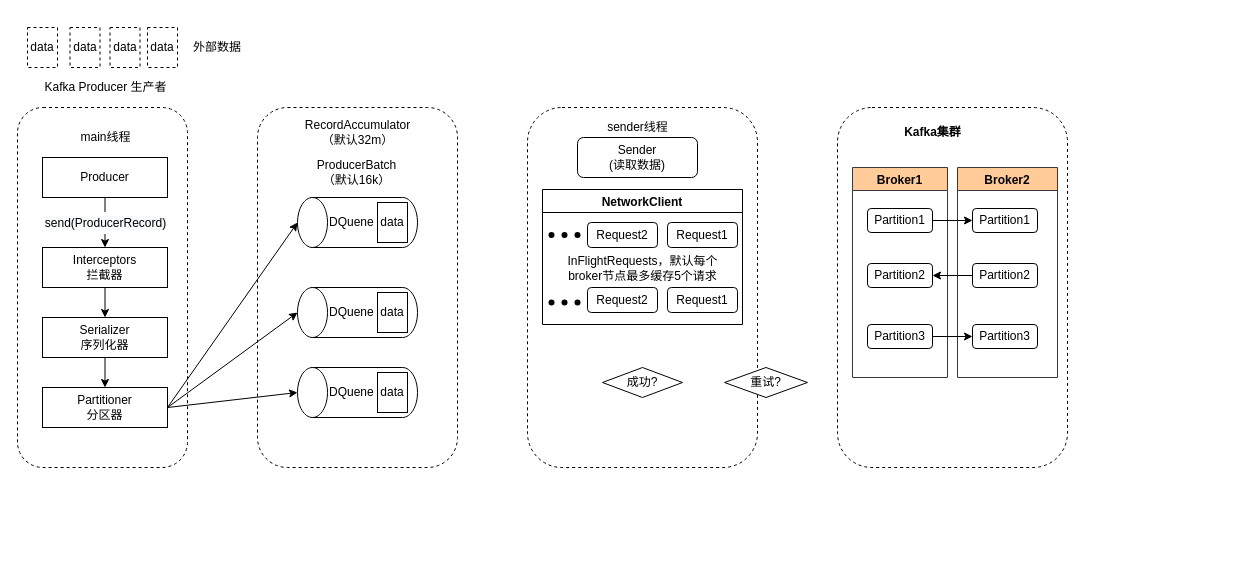
This is page "kafka生产者发送消息流程" (2 of 4) of middleware/kafka/未命名绘图.drawio from yanglei1992/documents, a draw.io file, before an edit. Source tidied: cells renumbered, new cells numbered last; positions are measured from the earlier drawing's top-left corner, leaving out a move shared by most shapes. Both pictures are drawn from the tidied source at 100%, with x=0, y=0 at pixel (17, 27).
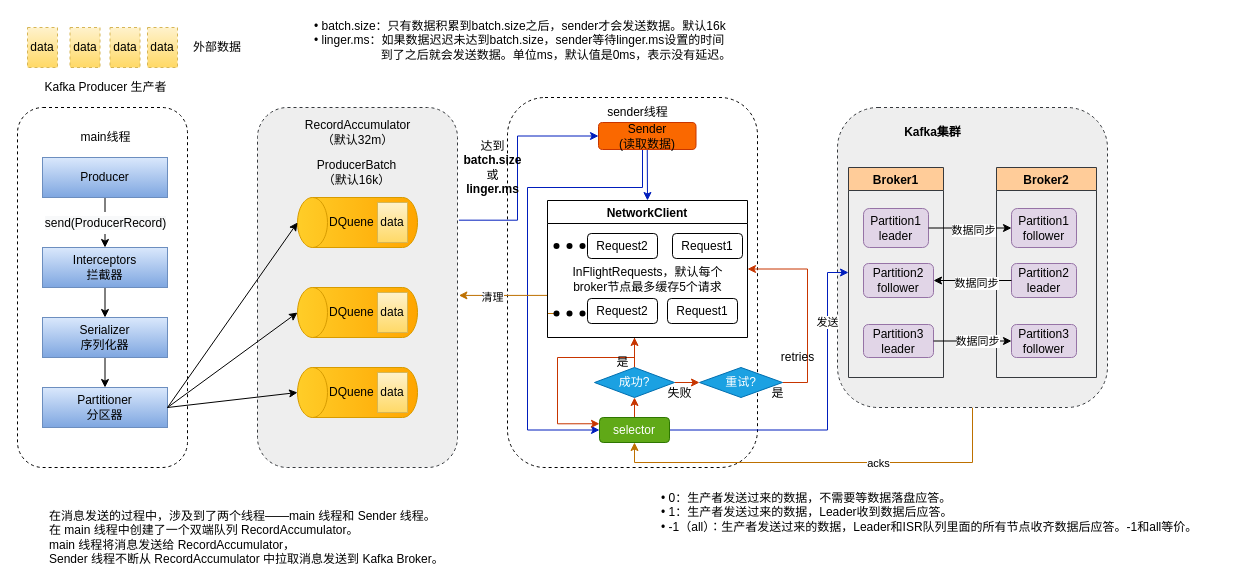
The same page after the edit.

Unchanged cells that the change refers to:
```xml
<mxCell id="41" style="shape=waypoint;sketch=0;size=6;points=[];fillColor=none;perimeter=centerPerimeter;snapToPoint=1;shadow=0;" parent="33" vertex="1">
  <mxGeometry x="-11" y="93" width="40" height="40" as="geometry" />
</mxCell>
<mxCell id="53" style="edgeStyle=orthogonalEdgeStyle;curved=0;rounded=1;sketch=0;jettySize=auto;html=1;entryX=0;entryY=0.5;entryDx=0;entryDy=0;" parent="1" edge="1" source="50" target="52">
  <mxGeometry relative="1" as="geometry" />
</mxCell>
<mxCell id="59" style="edgeStyle=orthogonalEdgeStyle;curved=0;rounded=1;sketch=0;jettySize=auto;html=1;" parent="1" edge="1" source="56" target="58">
  <mxGeometry relative="1" as="geometry" />
</mxCell>
<mxCell id="60" style="edgeStyle=orthogonalEdgeStyle;curved=0;rounded=1;sketch=0;jettySize=auto;html=1;entryX=1;entryY=0.5;entryDx=0;entryDy=0;" parent="1" edge="1" source="57" target="55">
  <mxGeometry relative="1" as="geometry" />
</mxCell>
```

The edit, as a diff of the source:
```diff
@@
+    <mxCell id="30" style="rounded=1;whiteSpace=wrap;html=1;shadow=0;dashed=1;" parent="1" vertex="1">
+      <mxGeometry x="490" y="70" width="250" height="370" as="geometry" />
+    </mxCell>
@@
-    <mxCell id="4" value="Producer" style="rounded=0;whiteSpace=wrap;html=1;shadow=0;" parent="1" vertex="1">
+    <mxCell id="4" value="Producer" style="rounded=0;whiteSpace=wrap;html=1;shadow=0;fillColor=#dae8fc;gradientColor=#7ea6e0;strokeColor=#6c8ebf;" parent="1" vertex="1">
       <mxGeometry x="25" y="130" width="125" height="40" as="geometry" />
     </mxCell>
@@
-    <mxCell id="7" value="Interceptors&lt;br/&gt;拦截器" style="rounded=0;whiteSpace=wrap;html=1;shadow=0;" parent="1" vertex="1">
+    <mxCell id="7" value="Interceptors&lt;br/&gt;拦截器" style="rounded=0;whiteSpace=wrap;html=1;shadow=0;fillColor=#dae8fc;gradientColor=#7ea6e0;strokeColor=#6c8ebf;" parent="1" vertex="1">
       <mxGeometry x="25" y="220" width="125" height="40" as="geometry" />
     </mxCell>
@@
-    <mxCell id="9" value="Serializer&lt;br/&gt;序列化器" style="rounded=0;whiteSpace=wrap;html=1;shadow=0;" parent="1" vertex="1">
+    <mxCell id="9" value="Serializer&lt;br/&gt;序列化器" style="rounded=0;whiteSpace=wrap;html=1;shadow=0;fillColor=#dae8fc;gradientColor=#7ea6e0;strokeColor=#6c8ebf;" parent="1" vertex="1">
       <mxGeometry x="25" y="290" width="125" height="40" as="geometry" />
     </mxCell>
-    <mxCell id="10" value="Partitioner&lt;br/&gt;分区器" style="rounded=0;whiteSpace=wrap;html=1;shadow=0;" parent="1" vertex="1">
+    <mxCell id="10" value="Partitioner&lt;br/&gt;分区器" style="rounded=0;whiteSpace=wrap;html=1;shadow=0;fillColor=#dae8fc;gradientColor=#7ea6e0;strokeColor=#6c8ebf;" parent="1" vertex="1">
       <mxGeometry x="25" y="360" width="125" height="40" as="geometry" />
     </mxCell>
+    <mxCell id="61" style="edgeStyle=orthogonalEdgeStyle;rounded=0;jettySize=auto;html=1;entryX=0;entryY=0.5;entryDx=0;entryDy=0;exitX=1.007;exitY=0.313;exitDx=0;exitDy=0;exitPerimeter=0;fillColor=#0050ef;strokeColor=#001DBC;" parent="1" edge="1" source="11" target="31">
+      <mxGeometry relative="1" as="geometry">
+        <Array as="points">
+          <mxPoint x="500" y="193" />
+          <mxPoint x="500" y="109" />
+        </Array>
+      </mxGeometry>
+    </mxCell>
-    <mxCell id="11" style="rounded=1;whiteSpace=wrap;html=1;shadow=0;dashed=1;" parent="1" vertex="1">
+    <mxCell id="11" style="rounded=1;whiteSpace=wrap;html=1;shadow=0;dashed=1;fillColor=#eeeeee;strokeColor=#36393d;" parent="1" vertex="1">
       <mxGeometry x="240" y="80" width="200" height="360" as="geometry" />
     </mxCell>
-    <mxCell id="12" value="DQuene" style="shape=cylinder3;whiteSpace=wrap;html=1;boundedLbl=1;backgroundOutline=1;size=15;shadow=0;direction=north;align=left;" parent="1" vertex="1">
+    <mxCell id="12" value="DQuene" style="shape=cylinder3;whiteSpace=wrap;html=1;boundedLbl=1;backgroundOutline=1;size=15;shadow=0;direction=north;align=left;fillColor=#ffcd28;gradientColor=#ffa500;strokeColor=#d79b00;" parent="1" vertex="1">
       <mxGeometry x="280" y="170" width="120" height="50" as="geometry" />
     </mxCell>
-    <mxCell id="13" value="DQuene" style="shape=cylinder3;whiteSpace=wrap;html=1;boundedLbl=1;backgroundOutline=1;size=15;shadow=0;direction=north;align=left;" parent="1" vertex="1">
+    <mxCell id="13" value="DQuene" style="shape=cylinder3;whiteSpace=wrap;html=1;boundedLbl=1;backgroundOutline=1;size=15;shadow=0;direction=north;align=left;fillColor=#ffcd28;gradientColor=#ffa500;strokeColor=#d79b00;" parent="1" vertex="1">
       <mxGeometry x="280" y="260" width="120" height="50" as="geometry" />
     </mxCell>
-    <mxCell id="14" value="DQuene" style="shape=cylinder3;whiteSpace=wrap;html=1;boundedLbl=1;backgroundOutline=1;size=15;shadow=0;direction=north;align=left;" parent="1" vertex="1">
+    <mxCell id="14" value="DQuene" style="shape=cylinder3;whiteSpace=wrap;html=1;boundedLbl=1;backgroundOutline=1;size=15;shadow=0;direction=north;align=left;fillColor=#ffcd28;gradientColor=#ffa500;strokeColor=#d79b00;" parent="1" vertex="1">
       <mxGeometry x="280" y="340" width="120" height="50" as="geometry" />
     </mxCell>
-    <mxCell id="15" value="data" style="rounded=0;whiteSpace=wrap;html=1;shadow=0;dashed=1;" parent="1" vertex="1">
+    <mxCell id="15" value="data" style="rounded=0;whiteSpace=wrap;html=1;shadow=0;dashed=1;fillColor=#fff2cc;gradientColor=#ffd966;strokeColor=#d6b656;" parent="1" vertex="1">
       <mxGeometry x="130" width="30" height="40" as="geometry" />
     </mxCell>
-    <mxCell id="16" value="data" style="rounded=0;whiteSpace=wrap;html=1;shadow=0;dashed=1;" parent="1" vertex="1">
+    <mxCell id="16" value="data" style="rounded=0;whiteSpace=wrap;html=1;shadow=0;dashed=1;fillColor=#fff2cc;gradientColor=#ffd966;strokeColor=#d6b656;" parent="1" vertex="1">
       <mxGeometry x="10" width="30" height="40" as="geometry" />
     </mxCell>
-    <mxCell id="17" value="data" style="rounded=0;whiteSpace=wrap;html=1;shadow=0;dashed=1;" parent="1" vertex="1">
+    <mxCell id="17" value="data" style="rounded=0;whiteSpace=wrap;html=1;shadow=0;dashed=1;fillColor=#fff2cc;gradientColor=#ffd966;strokeColor=#d6b656;" parent="1" vertex="1">
       <mxGeometry x="52.5" width="30" height="40" as="geometry" />
     </mxCell>
-    <mxCell id="18" value="data" style="rounded=0;whiteSpace=wrap;html=1;shadow=0;dashed=1;" parent="1" vertex="1">
+    <mxCell id="18" value="data" style="rounded=0;whiteSpace=wrap;html=1;shadow=0;dashed=1;fillColor=#fff2cc;gradientColor=#ffd966;strokeColor=#d6b656;" parent="1" vertex="1">
       <mxGeometry x="92.5" width="30" height="40" as="geometry" />
     </mxCell>
-    <mxCell id="19" style="edgeStyle=none;rounded=0;orthogonalLoop=1;jettySize=auto;html=1;exitX=0;exitY=0.25;exitDx=0;exitDy=0;elbow=vertical;" parent="1" edge="1" source="17" target="17">
+    <mxCell id="19" style="edgeStyle=none;rounded=0;orthogonalLoop=1;jettySize=auto;html=1;exitX=0;exitY=0.25;exitDx=0;exitDy=0;elbow=vertical;fillColor=#fff2cc;gradientColor=#ffd966;strokeColor=#d6b656;" parent="1" edge="1" source="17" target="17">
       <mxGeometry relative="1" as="geometry" />
     </mxCell>
-    <mxCell id="20" value="data" style="rounded=0;whiteSpace=wrap;html=1;shadow=0;" parent="1" vertex="1">
+    <mxCell id="20" value="data" style="rounded=0;whiteSpace=wrap;html=1;shadow=0;fillColor=#fff2cc;gradientColor=#ffd966;strokeColor=#d6b656;" parent="1" vertex="1">
       <mxGeometry x="360" y="265" width="30" height="40" as="geometry" />
     </mxCell>
-    <mxCell id="21" value="data" style="rounded=0;whiteSpace=wrap;html=1;shadow=0;" parent="1" vertex="1">
+    <mxCell id="21" value="data" style="rounded=0;whiteSpace=wrap;html=1;shadow=0;fillColor=#fff2cc;gradientColor=#ffd966;strokeColor=#d6b656;" parent="1" vertex="1">
       <mxGeometry x="360" y="175" width="30" height="40" as="geometry" />
     </mxCell>
-    <mxCell id="22" value="data" style="rounded=0;whiteSpace=wrap;html=1;shadow=0;" parent="1" vertex="1">
+    <mxCell id="22" value="data" style="rounded=0;whiteSpace=wrap;html=1;shadow=0;fillColor=#fff2cc;gradientColor=#ffd966;strokeColor=#d6b656;" parent="1" vertex="1">
       <mxGeometry x="360" y="345" width="30" height="40" as="geometry" />
     </mxCell>
@@
-    <mxCell id="30" style="rounded=1;whiteSpace=wrap;html=1;shadow=0;dashed=1;" parent="1" vertex="1">
-      <mxGeometry x="510" y="80" width="230" height="360" as="geometry" />
-    </mxCell>
+    <mxCell id="62" style="rounded=0;jettySize=auto;html=1;entryX=0.5;entryY=0;entryDx=0;entryDy=0;fillColor=#0050ef;strokeColor=#001DBC;exitX=0.5;exitY=1;exitDx=0;exitDy=0;" parent="1" edge="1" source="31" target="33">
+      <mxGeometry relative="1" as="geometry" />
+    </mxCell>
+    <mxCell id="63" style="edgeStyle=orthogonalEdgeStyle;rounded=0;jettySize=auto;html=1;exitX=0.5;exitY=1;exitDx=0;exitDy=0;entryX=0;entryY=0.5;entryDx=0;entryDy=0;fillColor=#0050ef;strokeColor=#001DBC;" parent="1" edge="1" source="31" target="78">
+      <mxGeometry relative="1" as="geometry">
+        <Array as="points">
+          <mxPoint x="625" y="160" />
+          <mxPoint x="510" y="160" />
+          <mxPoint x="510" y="403" />
+        </Array>
+      </mxGeometry>
+    </mxCell>
-    <mxCell id="31" value="Sender&lt;br/&gt;(读取数据)" style="rounded=1;whiteSpace=wrap;html=1;shadow=0;" parent="1" vertex="1">
-      <mxGeometry x="560" y="110" width="120" height="40" as="geometry" />
+    <mxCell id="31" value="Sender&lt;br/&gt;(读取数据)" style="rounded=1;whiteSpace=wrap;html=1;shadow=0;fillColor=#fa6800;fontColor=#000000;strokeColor=#C73500;" parent="1" vertex="1">
+      <mxGeometry x="581" y="95" width="97.5" height="27" as="geometry" />
     </mxCell>
     <mxCell id="32" value="sender线程" style="text;html=1;align=center;verticalAlign=middle;strokeColor=none;fillColor=none;" parent="1" vertex="1">
-      <mxGeometry x="580" y="90" width="80" height="20" as="geometry" />
+      <mxGeometry x="580" y="75" width="80" height="20" as="geometry" />
     </mxCell>
+    <mxCell id="64" style="edgeStyle=orthogonalEdgeStyle;rounded=0;jettySize=auto;html=1;entryX=0;entryY=0.25;entryDx=0;entryDy=0;fillColor=#fa6800;strokeColor=#C73500;" parent="1" edge="1" target="78">
+      <mxGeometry relative="1" as="geometry">
+        <mxPoint x="617" y="310" as="sourcePoint" />
+        <Array as="points">
+          <mxPoint x="617" y="330" />
+          <mxPoint x="540" y="330" />
+          <mxPoint x="540" y="396" />
+        </Array>
+      </mxGeometry>
+    </mxCell>
+    <mxCell id="65" style="edgeStyle=orthogonalEdgeStyle;rounded=0;jettySize=auto;html=1;entryX=1.007;entryY=0.522;entryDx=0;entryDy=0;entryPerimeter=0;fillColor=#f0a30a;strokeColor=#BD7000;exitX=0.325;exitY=0.017;exitDx=0;exitDy=0;exitPerimeter=0;" parent="1" edge="1" source="41" target="11">
+      <mxGeometry relative="1" as="geometry">
+        <Array as="points">
+          <mxPoint x="530" y="286" />
+          <mxPoint x="530" y="268" />
+        </Array>
+      </mxGeometry>
+    </mxCell>
+    <mxCell id="66" value="清理" style="edgeLabel;html=1;align=center;verticalAlign=middle;" parent="65" vertex="1">
+      <mxGeometry x="0.43" y="2" relative="1" as="geometry" />
+    </mxCell>
     <mxCell id="33" value="NetworkClient" style="swimlane;shadow=0;" parent="1" vertex="1">
-      <mxGeometry x="525" y="162" width="200" height="135" as="geometry" />
+      <mxGeometry x="530" y="173" width="200" height="137" as="geometry" />
     </mxCell>
@@
     <mxCell id="42" value="Request2" style="rounded=1;whiteSpace=wrap;html=1;shadow=0;" parent="1" vertex="1">
-      <mxGeometry x="570" y="260" width="70" height="25" as="geometry" />
+      <mxGeometry x="570" y="271" width="70" height="25" as="geometry" />
     </mxCell>
     <mxCell id="43" value="Request2" style="rounded=1;whiteSpace=wrap;html=1;shadow=0;" parent="1" vertex="1">
-      <mxGeometry x="570" y="195" width="70" height="25" as="geometry" />
+      <mxGeometry x="570" y="206" width="70" height="25" as="geometry" />
     </mxCell>
     <mxCell id="44" value="Request1" style="rounded=1;whiteSpace=wrap;html=1;shadow=0;" parent="1" vertex="1">
-      <mxGeometry x="650" y="260" width="70" height="25" as="geometry" />
+      <mxGeometry x="650" y="271" width="70" height="25" as="geometry" />
     </mxCell>
@@
+    <mxCell id="67" style="edgeStyle=orthogonalEdgeStyle;rounded=0;jettySize=auto;html=1;exitX=1;exitY=0.5;exitDx=0;exitDy=0;entryX=0;entryY=0.5;entryDx=0;entryDy=0;fillColor=#fa6800;strokeColor=#C73500;" parent="1" edge="1" source="46" target="47">
+      <mxGeometry relative="1" as="geometry" />
+    </mxCell>
+    <mxCell id="68" style="edgeStyle=orthogonalEdgeStyle;rounded=0;jettySize=auto;html=1;exitX=0.5;exitY=0;exitDx=0;exitDy=0;fillColor=#fa6800;strokeColor=#C73500;" parent="1" edge="1" source="46">
+      <mxGeometry relative="1" as="geometry">
+        <mxPoint x="617" y="310" as="targetPoint" />
+      </mxGeometry>
+    </mxCell>
-    <mxCell id="46" value="成功?" style="rhombus;whiteSpace=wrap;html=1;rounded=0;sketch=0;fillColor=none;" parent="1" vertex="1">
-      <mxGeometry x="585" y="340" width="80" height="30" as="geometry" />
+    <mxCell id="46" value="成功?" style="rhombus;whiteSpace=wrap;html=1;rounded=0;sketch=0;fillColor=#1ba1e2;fontColor=#ffffff;strokeColor=#006EAF;" parent="1" vertex="1">
+      <mxGeometry x="577" y="340" width="80" height="30" as="geometry" />
     </mxCell>
+    <mxCell id="69" style="edgeStyle=orthogonalEdgeStyle;rounded=0;jettySize=auto;html=1;exitX=1;exitY=0.5;exitDx=0;exitDy=0;entryX=1;entryY=0.5;entryDx=0;entryDy=0;fillColor=#fa6800;strokeColor=#C73500;" parent="1" edge="1" source="47" target="33">
+      <mxGeometry relative="1" as="geometry">
+        <Array as="points">
+          <mxPoint x="790" y="355" />
+          <mxPoint x="790" y="242" />
+        </Array>
+      </mxGeometry>
+    </mxCell>
-    <mxCell id="47" value="重试?" style="rhombus;whiteSpace=wrap;html=1;rounded=0;sketch=0;" parent="1" vertex="1">
-      <mxGeometry x="707" y="340" width="83" height="30" as="geometry" />
+    <mxCell id="47" value="重试?" style="rhombus;whiteSpace=wrap;html=1;rounded=0;sketch=0;fillColor=#1ba1e2;fontColor=#ffffff;strokeColor=#006EAF;" parent="1" vertex="1">
+      <mxGeometry x="682" y="340" width="83" height="30" as="geometry" />
     </mxCell>
+    <mxCell id="70" style="edgeStyle=orthogonalEdgeStyle;rounded=0;jettySize=auto;html=1;exitX=0.5;exitY=1;exitDx=0;exitDy=0;entryX=0.5;entryY=1;entryDx=0;entryDy=0;fillColor=#f0a30a;strokeColor=#BD7000;" parent="1" edge="1" source="48" target="78">
+      <mxGeometry relative="1" as="geometry" />
+    </mxCell>
+    <mxCell id="71" value="acks" style="edgeLabel;html=1;align=center;verticalAlign=middle;" parent="70" vertex="1">
+      <mxGeometry x="-0.27" y="2" relative="1" as="geometry">
+        <mxPoint x="1" y="-2" as="offset" />
+      </mxGeometry>
+    </mxCell>
-    <mxCell id="48" style="rounded=1;whiteSpace=wrap;html=1;shadow=0;dashed=1;" parent="1" vertex="1">
-      <mxGeometry x="820" y="80" width="230" height="360" as="geometry" />
+    <mxCell id="48" style="rounded=1;whiteSpace=wrap;html=1;shadow=0;dashed=1;fillColor=#eeeeee;strokeColor=#36393d;" parent="1" vertex="1">
+      <mxGeometry x="820" y="80" width="270" height="300" as="geometry" />
     </mxCell>
     <mxCell id="49" value="Broker1" style="swimlane;rounded=0;sketch=0;fillColor=#ffcc99;strokeColor=#36393d;" parent="1" vertex="1">
-      <mxGeometry x="835" y="140" width="95" height="210" as="geometry" />
+      <mxGeometry x="831" y="140" width="95" height="210" as="geometry" />
     </mxCell>
-    <mxCell id="50" value="&lt;span style=&quot;&quot;&gt;Partition1&lt;/span&gt;" style="rounded=1;whiteSpace=wrap;html=1;sketch=0;fillColor=none;" parent="49" vertex="1">
-      <mxGeometry x="15" y="41" width="65" height="24" as="geometry" />
+    <mxCell id="50" value="&lt;span style=&quot;&quot;&gt;Partition1&lt;br&gt;leader&lt;br&gt;&lt;/span&gt;" style="rounded=1;whiteSpace=wrap;html=1;sketch=0;fillColor=#e1d5e7;strokeColor=#9673a6;" parent="49" vertex="1">
+      <mxGeometry x="15" y="41" width="65" height="39" as="geometry" />
     </mxCell>
     <mxCell id="51" value="Broker2" style="swimlane;rounded=0;sketch=0;fillColor=#ffcc99;strokeColor=#36393d;" parent="1" vertex="1">
-      <mxGeometry x="940" y="140" width="100" height="210" as="geometry" />
+      <mxGeometry x="979" y="140" width="100" height="210" as="geometry" />
     </mxCell>
-    <mxCell id="52" value="&lt;span style=&quot;&quot;&gt;Partition1&lt;/span&gt;" style="rounded=1;whiteSpace=wrap;html=1;sketch=0;fillColor=none;" parent="51" vertex="1">
-      <mxGeometry x="15" y="41" width="65" height="24" as="geometry" />
+    <mxCell id="52" value="&lt;span style=&quot;&quot;&gt;Partition1&lt;br&gt;follower&lt;br&gt;&lt;/span&gt;" style="rounded=1;whiteSpace=wrap;html=1;sketch=0;fillColor=#e1d5e7;strokeColor=#9673a6;" parent="51" vertex="1">
+      <mxGeometry x="15" y="41" width="65" height="39" as="geometry" />
     </mxCell>
@@
+    <mxCell id="72" value="数据同步" style="edgeLabel;html=1;align=center;verticalAlign=middle;" parent="53" vertex="1">
+      <mxGeometry x="-0.23" y="-2" relative="1" as="geometry">
+        <mxPoint x="12" as="offset" />
+      </mxGeometry>
+    </mxCell>
@@
-    <mxCell id="55" value="&lt;span style=&quot;&quot;&gt;Partition2&lt;/span&gt;" style="rounded=1;whiteSpace=wrap;html=1;sketch=0;fillColor=none;" parent="1" vertex="1">
-      <mxGeometry x="850" y="236" width="65" height="24" as="geometry" />
+    <mxCell id="55" value="&lt;span style=&quot;&quot;&gt;Partition2&lt;br&gt;follower&lt;br&gt;&lt;/span&gt;" style="rounded=1;whiteSpace=wrap;html=1;sketch=0;fillColor=#e1d5e7;strokeColor=#9673a6;" parent="1" vertex="1">
+      <mxGeometry x="846" y="236" width="70" height="34" as="geometry" />
     </mxCell>
-    <mxCell id="56" value="&lt;span style=&quot;&quot;&gt;Partition3&lt;/span&gt;" style="rounded=1;whiteSpace=wrap;html=1;sketch=0;fillColor=none;" parent="1" vertex="1">
-      <mxGeometry x="850" y="297" width="65" height="24" as="geometry" />
+    <mxCell id="56" value="&lt;span style=&quot;&quot;&gt;Partition3&lt;br&gt;&lt;/span&gt;leader&lt;span style=&quot;&quot;&gt;&lt;br&gt;&lt;/span&gt;" style="rounded=1;whiteSpace=wrap;html=1;sketch=0;fillColor=#e1d5e7;strokeColor=#9673a6;" parent="1" vertex="1">
+      <mxGeometry x="846" y="297" width="70" height="33" as="geometry" />
     </mxCell>
-    <mxCell id="57" value="&lt;span style=&quot;&quot;&gt;Partition2&lt;/span&gt;" style="rounded=1;whiteSpace=wrap;html=1;sketch=0;fillColor=none;" parent="1" vertex="1">
-      <mxGeometry x="955" y="236" width="65" height="24" as="geometry" />
+    <mxCell id="57" value="&lt;span style=&quot;&quot;&gt;Partition2&lt;br&gt;&lt;/span&gt;leader&lt;span style=&quot;&quot;&gt;&lt;br&gt;&lt;/span&gt;" style="rounded=1;whiteSpace=wrap;html=1;sketch=0;fillColor=#e1d5e7;strokeColor=#9673a6;" parent="1" vertex="1">
+      <mxGeometry x="994" y="236" width="65" height="34" as="geometry" />
     </mxCell>
-    <mxCell id="58" value="&lt;span style=&quot;&quot;&gt;Partition3&lt;/span&gt;" style="rounded=1;whiteSpace=wrap;html=1;sketch=0;fillColor=none;" parent="1" vertex="1">
-      <mxGeometry x="955" y="297" width="65" height="24" as="geometry" />
+    <mxCell id="58" value="&lt;span style=&quot;&quot;&gt;Partition3&lt;br&gt;follower&lt;br&gt;&lt;/span&gt;" style="rounded=1;whiteSpace=wrap;html=1;sketch=0;fillColor=#e1d5e7;strokeColor=#9673a6;" parent="1" vertex="1">
+      <mxGeometry x="994" y="297" width="65" height="33" as="geometry" />
     </mxCell>
@@
+    <mxCell id="73" value="数据同步" style="edgeLabel;html=1;align=center;verticalAlign=middle;" parent="59" vertex="1">
+      <mxGeometry x="-0.2" relative="1" as="geometry">
+        <mxPoint x="12" as="offset" />
+      </mxGeometry>
+    </mxCell>
@@
+    <mxCell id="74" value="数据同步" style="edgeLabel;html=1;align=center;verticalAlign=middle;" parent="60" vertex="1">
+      <mxGeometry x="0.23" y="2" relative="1" as="geometry">
+        <mxPoint x="12" as="offset" />
+      </mxGeometry>
+    </mxCell>
+    <mxCell id="75" style="edgeStyle=orthogonalEdgeStyle;rounded=0;jettySize=auto;html=1;entryX=0;entryY=0.5;entryDx=0;entryDy=0;fillColor=#0050ef;strokeColor=#001DBC;" parent="1" edge="1" source="78" target="49">
+      <mxGeometry relative="1" as="geometry">
+        <Array as="points">
+          <mxPoint x="810" y="403" />
+          <mxPoint x="810" y="245" />
+        </Array>
+      </mxGeometry>
+    </mxCell>
+    <mxCell id="76" value="发送" style="edgeLabel;html=1;align=center;verticalAlign=middle;" parent="75" vertex="1">
+      <mxGeometry x="0.58" y="1" relative="1" as="geometry" />
+    </mxCell>
+    <mxCell id="77" style="edgeStyle=orthogonalEdgeStyle;rounded=0;jettySize=auto;html=1;exitX=0.5;exitY=0;exitDx=0;exitDy=0;entryX=0.5;entryY=1;entryDx=0;entryDy=0;fillColor=#fa6800;strokeColor=#C73500;" parent="1" edge="1" source="78" target="46">
+      <mxGeometry relative="1" as="geometry" />
+    </mxCell>
+    <mxCell id="78" value="selector" style="rounded=1;whiteSpace=wrap;html=1;fillColor=#60a917;fontColor=#ffffff;strokeColor=#2D7600;" parent="1" vertex="1">
+      <mxGeometry x="582" y="390" width="70" height="25" as="geometry" />
+    </mxCell>
+    <mxCell id="79" value="retries" style="text;html=1;align=center;verticalAlign=middle;strokeColor=none;fillColor=none;" parent="1" vertex="1">
+      <mxGeometry x="755" y="320" width="50" height="20" as="geometry" />
+    </mxCell>
+    <mxCell id="80" value="是" style="text;html=1;align=center;verticalAlign=middle;strokeColor=none;fillColor=none;" parent="1" vertex="1">
+      <mxGeometry x="745" y="356" width="30" height="20" as="geometry" />
+    </mxCell>
+    <mxCell id="81" value="失败" style="text;html=1;align=center;verticalAlign=middle;strokeColor=none;fillColor=none;" parent="1" vertex="1">
+      <mxGeometry x="642" y="356" width="40" height="20" as="geometry" />
+    </mxCell>
+    <mxCell id="82" value="是" style="text;html=1;align=center;verticalAlign=middle;strokeColor=none;fillColor=none;" parent="1" vertex="1">
+      <mxGeometry x="590" y="325" width="30" height="20" as="geometry" />
+    </mxCell>
+    <mxCell id="83" value="&lt;div&gt;• batch.size：只有数据积累到batch.size之后，sender才会发送数据。默认16k&lt;/div&gt;&lt;div&gt;• linger.ms：如果数据迟迟未达到batch.size，sender等待linger.ms设置的时间&lt;/div&gt;&lt;div&gt;&amp;nbsp; &amp;nbsp; &amp;nbsp; &amp;nbsp; &amp;nbsp; &amp;nbsp; &amp;nbsp; &amp;nbsp; &amp;nbsp; &amp;nbsp; 到了之后就会发送数据。单位ms，默认值是0ms，表示没有延迟。&lt;/div&gt;&lt;div&gt;&lt;br&gt;&lt;/div&gt;" style="text;html=1;align=left;verticalAlign=middle;strokeColor=none;fillColor=none;" parent="1" vertex="1">
+      <mxGeometry x="295" y="-10" width="430" height="60" as="geometry" />
+    </mxCell>
+    <mxCell id="84" value="在消息发送的过程中，涉及到了两个线程——main 线程和 Sender 线程。&lt;br&gt;在 main 线程中创建了一个双端队列 RecordAccumulator。&lt;br&gt;main 线程将消息发送给 RecordAccumulator，&lt;br&gt;Sender 线程不断从 RecordAccumulator 中拉取消息发送到 Kafka Broker。" style="text;html=1;align=left;verticalAlign=middle;strokeColor=none;fillColor=none;" parent="1" vertex="1">
+      <mxGeometry x="30" y="480" width="410" height="60" as="geometry" />
+    </mxCell>
+    <mxCell id="85" value="&lt;div&gt;• 0：生产者发送过来的数据，不需要等数据落盘应答。&lt;/div&gt;&lt;div&gt;• 1：生产者发送过来的数据，Leader收到数据后应答。&lt;/div&gt;&lt;div&gt;• -1（all）：生产者发送过来的数据，Leader和ISR队列里面的所有节点收齐数据后应答。-1和all等价。&lt;/div&gt;" style="text;html=1;align=left;verticalAlign=middle;strokeColor=none;fillColor=none;" parent="1" vertex="1">
+      <mxGeometry x="642" y="460" width="560" height="50" as="geometry" />
+    </mxCell>
+    <mxCell id="86" value="达到&lt;br&gt;&lt;b&gt;batch.size&lt;/b&gt;&lt;br&gt;或&lt;br&gt;&lt;b&gt;linger.ms&lt;/b&gt;" style="text;html=1;align=center;verticalAlign=middle;strokeColor=none;fillColor=none;" parent="1" vertex="1">
+      <mxGeometry x="440" y="110" width="70" height="60" as="geometry" />
+    </mxCell>
```
